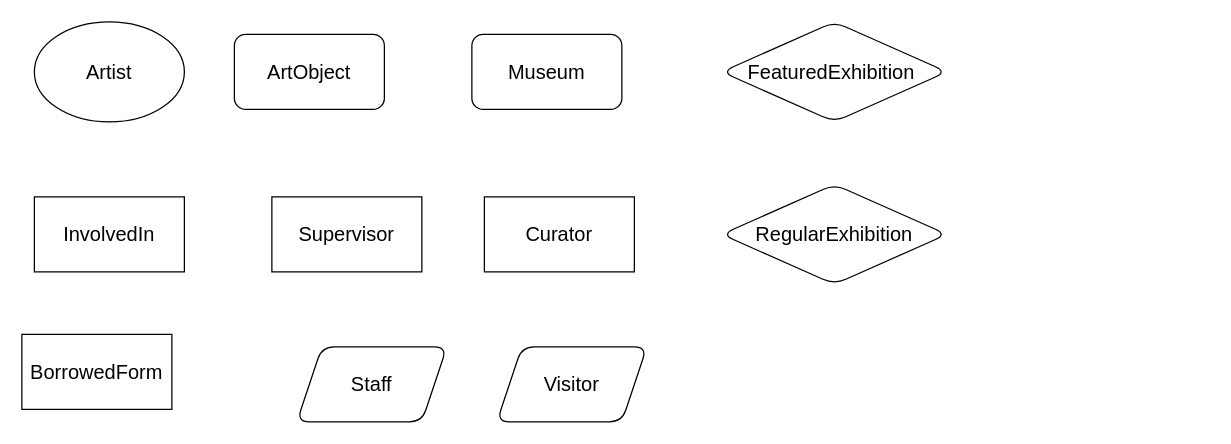
Before: 未命名绘图.drawio in QingyangZeng-121/Football_assignment, a draw.io diagram. Source tidied: cells renumbered, new cells numbered last; positions are measured from the earlier drawing's top-left corner, leaving out a move shared by most shapes. Both pictures are drawn from the tidied source at 125%, with x=0, y=0 at pixel (21, 21).
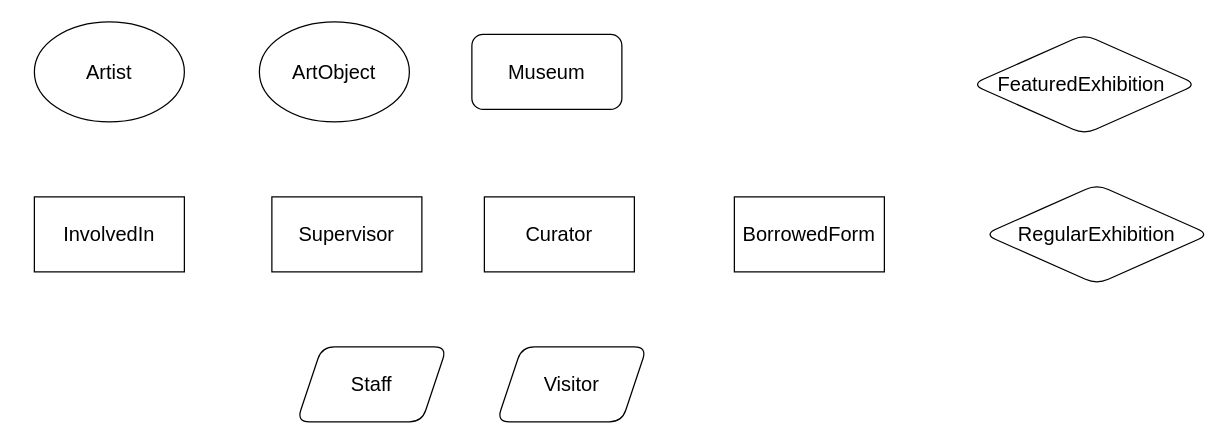
The same diagram, later.

Commit message (it also covers changes not shown here):
更新未命名绘图.drawio

The edit, as a diff of the source:
```diff
@@
 <mxGraphModel>
   <root>
     <mxCell id="0" />
     <mxCell id="1" parent="0" />
     <mxCell id="2" value="Artist" style="ellipse;whiteSpace=wrap;html=1;rounded=1;fontSize=16;" parent="1" vertex="1">
       <mxGeometry x="10" width="120" height="80" as="geometry" />
     </mxCell>
-    <mxCell id="3" value="ArtObject" style="rounded=1;whiteSpace=wrap;html=1;fontSize=16;" parent="1" vertex="1">
-      <mxGeometry x="170" y="10" width="120" height="60" as="geometry" />
-    </mxCell>
     <mxCell id="4" value="Museum" style="rounded=1;whiteSpace=wrap;html=1;fontSize=16;" parent="1" vertex="1">
       <mxGeometry x="360" y="10" width="120" height="60" as="geometry" />
     </mxCell>
     <mxCell id="5" value="FeaturedExhibition&amp;nbsp;" style="rhombus;whiteSpace=wrap;html=1;rounded=1;fontSize=16;" parent="1" vertex="1">
-      <mxGeometry x="560" width="180" height="80" as="geometry" />
+      <mxGeometry x="760" y="10" width="180" height="80" as="geometry" />
     </mxCell>
     <mxCell id="6" value="RegularExhibition" style="rhombus;whiteSpace=wrap;html=1;rounded=1;fontSize=16;" parent="1" vertex="1">
-      <mxGeometry x="560" y="130" width="180" height="80" as="geometry" />
+      <mxGeometry x="770" y="130" width="180" height="80" as="geometry" />
     </mxCell>
     <mxCell id="7" value="Curator" style="rounded=0;whiteSpace=wrap;html=1;fontSize=16;" parent="1" vertex="1">
       <mxGeometry x="370" y="140" width="120" height="60" as="geometry" />
     </mxCell>
     <mxCell id="8" value="Supervisor" style="rounded=0;whiteSpace=wrap;html=1;fontSize=16;" parent="1" vertex="1">
       <mxGeometry x="200" y="140" width="120" height="60" as="geometry" />
     </mxCell>
     <mxCell id="9" value="InvolvedIn" style="rounded=0;whiteSpace=wrap;html=1;fontSize=16;" parent="1" vertex="1">
       <mxGeometry x="10" y="140" width="120" height="60" as="geometry" />
     </mxCell>
     <mxCell id="10" value="Staff" style="shape=parallelogram;perimeter=parallelogramPerimeter;whiteSpace=wrap;html=1;fixedSize=1;rounded=1;fontSize=16;" parent="1" vertex="1">
       <mxGeometry x="220" y="260" width="120" height="60" as="geometry" />
     </mxCell>
     <mxCell id="11" value="Visitor" style="shape=parallelogram;perimeter=parallelogramPerimeter;whiteSpace=wrap;html=1;fixedSize=1;rounded=1;fontSize=16;" parent="1" vertex="1">
       <mxGeometry x="380" y="260" width="120" height="60" as="geometry" />
     </mxCell>
     <mxCell id="12" value="BorrowedForm" style="rounded=0;whiteSpace=wrap;html=1;fontSize=16;" parent="1" vertex="1">
-      <mxGeometry y="250" width="120" height="60" as="geometry" />
+      <mxGeometry x="570" y="140" width="120" height="60" as="geometry" />
     </mxCell>
+    <mxCell id="3" value="ArtObject" style="ellipse;whiteSpace=wrap;html=1;rounded=1;fontSize=16;" parent="1" vertex="1">
+      <mxGeometry x="190" width="120" height="80" as="geometry" />
+    </mxCell>
   </root>
 </mxGraphModel>
```
